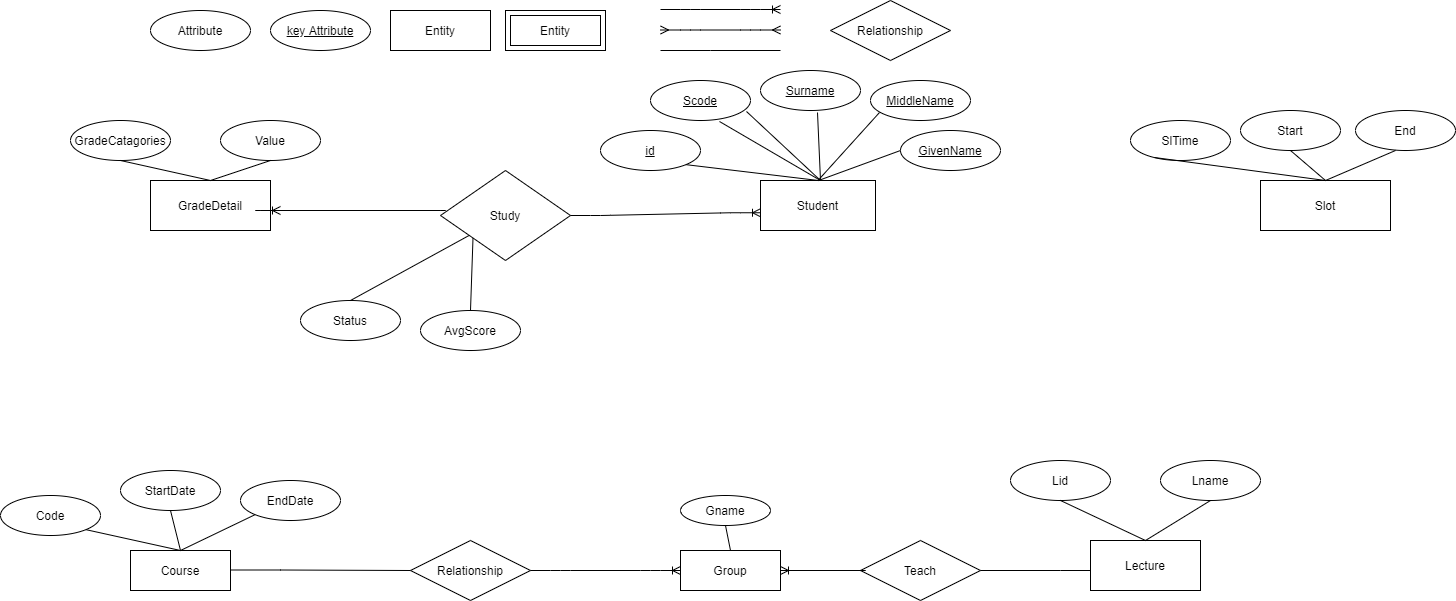
Before: Entity Relationship Diagram.png, a diagram exported from draw.io (xtruong88/DBI202-MyAssignment). Source tidied: cells renumbered, new cells last; positions are measured from the earlier drawing's top-left corner, leaving out a move shared by most shapes.
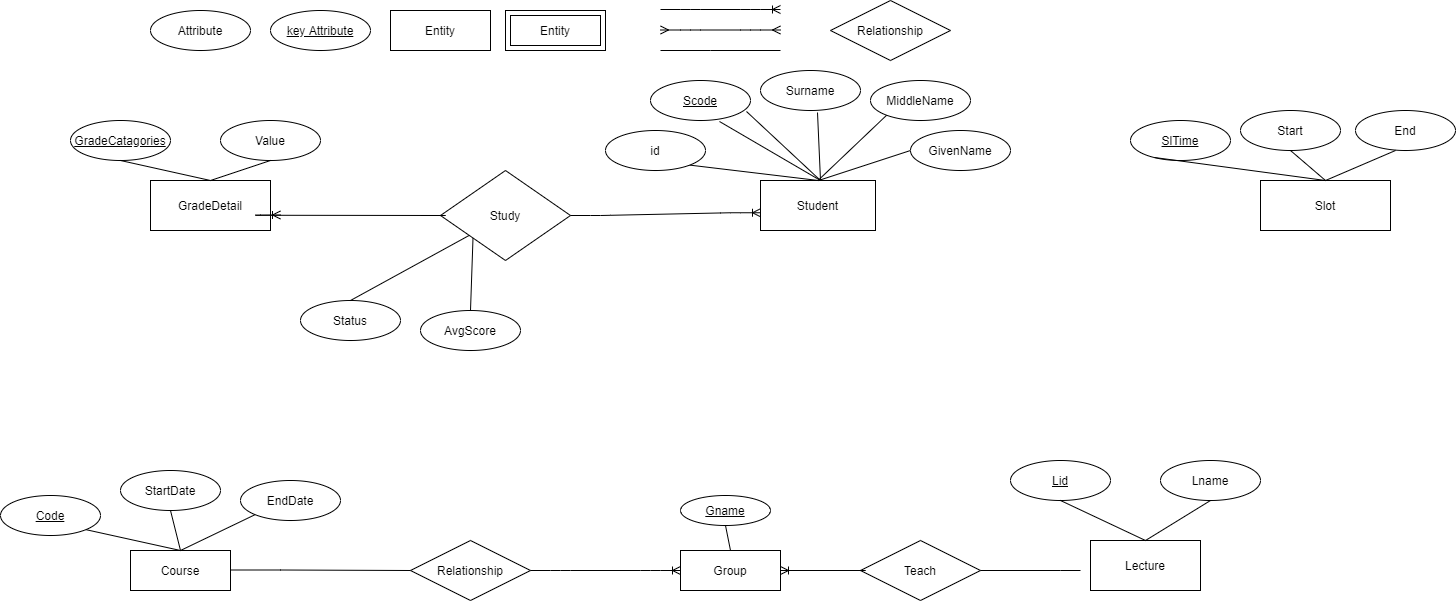
After the change.

The edit, as a diff of the source:
```diff
@@ -35,23 +35,12 @@
     <mxCell id="9" value="Student" style="whiteSpace=wrap;html=1;align=center;" parent="1" vertex="1">
       <mxGeometry x="760" y="180" width="115" height="50" as="geometry" />
     </mxCell>
-    <mxCell id="10" value="id" style="ellipse;whiteSpace=wrap;html=1;align=center;fontStyle=4;" parent="1" vertex="1">
-      <mxGeometry x="600" y="130" width="100" height="40" as="geometry" />
-    </mxCell>
-    <mxCell id="11" value="Surname" style="ellipse;whiteSpace=wrap;html=1;align=center;fontStyle=4;" parent="1" vertex="1">
-      <mxGeometry x="760" y="70" width="100" height="40" as="geometry" />
-    </mxCell>
-    <mxCell id="12" value="MiddleName" style="ellipse;whiteSpace=wrap;html=1;align=center;fontStyle=4;" parent="1" vertex="1">
-      <mxGeometry x="870" y="80" width="100" height="40" as="geometry" />
-    </mxCell>
     <mxCell id="13" value="Scode" style="ellipse;whiteSpace=wrap;html=1;align=center;fontStyle=4;" parent="1" vertex="1">
       <mxGeometry x="650" y="80" width="100" height="40" as="geometry" />
     </mxCell>
-    <mxCell id="14" value="GivenName" style="ellipse;whiteSpace=wrap;html=1;align=center;fontStyle=4;" parent="1" vertex="1">
-      <mxGeometry x="900" y="130" width="100" height="40" as="geometry" />
-    </mxCell>
-    <mxCell id="15" style="endArrow=none;html=1;rounded=0;exitX=0.57;exitY=1.05;exitDx=0;exitDy=0;exitPerimeter=0;" parent="1" edge="1" source="11">
+    <mxCell id="15" style="endArrow=none;html=1;rounded=0;exitX=0.57;exitY=1.05;exitDx=0;exitDy=0;exitPerimeter=0;" parent="1" edge="1">
       <mxGeometry relative="1" as="geometry">
+        <mxPoint x="817" y="112" as="sourcePoint" />
         <mxPoint x="820" y="180" as="targetPoint" />
       </mxGeometry>
     </mxCell>
@@ -62,23 +51,27 @@
         </Array>
       </mxGeometry>
     </mxCell>
-    <mxCell id="17" style="endArrow=none;html=1;rounded=0;exitX=1;exitY=1;exitDx=0;exitDy=0;" parent="1" edge="1" source="10">
+    <mxCell id="17" style="endArrow=none;html=1;rounded=0;exitX=1;exitY=1;exitDx=0;exitDy=0;" parent="1" edge="1">
       <mxGeometry relative="1" as="geometry">
+        <mxPoint x="685.4" y="164.1" as="sourcePoint" />
         <mxPoint x="818" y="180" as="targetPoint" />
       </mxGeometry>
     </mxCell>
-    <mxCell id="18" style="endArrow=none;html=1;rounded=0;exitX=0.09;exitY=0.8;exitDx=0;exitDy=0;exitPerimeter=0;entryX=0.5;entryY=0;entryDx=0;entryDy=0;" parent="1" edge="1" source="12" target="9">
-      <mxGeometry relative="1" as="geometry" />
+    <mxCell id="18" style="endArrow=none;html=1;rounded=0;exitX=0.09;exitY=0.8;exitDx=0;exitDy=0;exitPerimeter=0;entryX=0.5;entryY=0;entryDx=0;entryDy=0;" parent="1" edge="1" target="9">
+      <mxGeometry relative="1" as="geometry">
+        <mxPoint x="889" y="112" as="sourcePoint" />
+      </mxGeometry>
     </mxCell>
-    <mxCell id="19" style="endArrow=none;html=1;rounded=0;exitX=0;exitY=0.5;exitDx=0;exitDy=0;" parent="1" edge="1" source="14">
+    <mxCell id="19" style="endArrow=none;html=1;rounded=0;exitX=0;exitY=0.5;exitDx=0;exitDy=0;" parent="1" edge="1">
       <mxGeometry relative="1" as="geometry">
+        <mxPoint x="910" y="150" as="sourcePoint" />
         <mxPoint x="818" y="180" as="targetPoint" />
       </mxGeometry>
     </mxCell>
     <mxCell id="20" value="Course" style="whiteSpace=wrap;html=1;align=center;" parent="1" vertex="1">
       <mxGeometry x="130" y="550" width="100" height="40" as="geometry" />
     </mxCell>
-    <mxCell id="21" value="Code" style="ellipse;whiteSpace=wrap;html=1;align=center;" parent="1" vertex="1">
+    <mxCell id="21" value="&lt;u&gt;Code&lt;/u&gt;" style="ellipse;whiteSpace=wrap;html=1;align=center;" parent="1" vertex="1">
       <mxGeometry y="495" width="100" height="40" as="geometry" />
     </mxCell>
     <mxCell id="22" value="EndDate" style="ellipse;whiteSpace=wrap;html=1;align=center;" parent="1" vertex="1">
@@ -102,7 +95,7 @@
     <mxCell id="28" value="Start" style="ellipse;whiteSpace=wrap;html=1;align=center;" parent="1" vertex="1">
       <mxGeometry x="1240" y="110" width="100" height="40" as="geometry" />
     </mxCell>
-    <mxCell id="29" value="SlTime" style="ellipse;whiteSpace=wrap;html=1;align=center;" parent="1" vertex="1">
+    <mxCell id="29" value="&lt;u&gt;SlTime&lt;/u&gt;" style="ellipse;whiteSpace=wrap;html=1;align=center;" parent="1" vertex="1">
       <mxGeometry x="1130" y="120" width="100" height="40" as="geometry" />
     </mxCell>
     <mxCell id="30" style="endArrow=none;html=1;rounded=0;entryX=0.5;entryY=0;entryDx=0;entryDy=0;exitX=0.5;exitY=1;exitDx=0;exitDy=0;" parent="1" edge="1" source="28" target="27">
@@ -114,7 +107,7 @@
     <mxCell id="32" value="Lecture" style="whiteSpace=wrap;html=1;align=center;" parent="1" vertex="1">
       <mxGeometry x="1090" y="540" width="110" height="50" as="geometry" />
     </mxCell>
-    <mxCell id="33" value="Lid" style="ellipse;whiteSpace=wrap;html=1;align=center;" parent="1" vertex="1">
+    <mxCell id="33" value="&lt;u&gt;Lid&lt;/u&gt;" style="ellipse;whiteSpace=wrap;html=1;align=center;" parent="1" vertex="1">
       <mxGeometry x="1010" y="460" width="100" height="40" as="geometry" />
     </mxCell>
     <mxCell id="34" value="Lname" style="ellipse;whiteSpace=wrap;html=1;align=center;" parent="1" vertex="1">
@@ -135,7 +128,7 @@
     <mxCell id="39" value="GradeDetail" style="whiteSpace=wrap;html=1;align=center;" parent="1" vertex="1">
       <mxGeometry x="150" y="180" width="120" height="50" as="geometry" />
     </mxCell>
-    <mxCell id="40" value="GradeCatagories" style="ellipse;whiteSpace=wrap;html=1;align=center;" parent="1" vertex="1">
+    <mxCell id="40" value="&lt;u&gt;GradeCatagories&lt;/u&gt;" style="ellipse;whiteSpace=wrap;html=1;align=center;" parent="1" vertex="1">
       <mxGeometry x="70" y="120" width="100" height="40" as="geometry" />
     </mxCell>
     <mxCell id="41" value="Value" style="ellipse;whiteSpace=wrap;html=1;align=center;" parent="1" vertex="1">
@@ -152,7 +145,7 @@
     <mxCell id="44" value="Group" style="whiteSpace=wrap;html=1;align=center;" parent="1" vertex="1">
       <mxGeometry x="680" y="550" width="100" height="40" as="geometry" />
     </mxCell>
-    <mxCell id="45" value="Gname" style="ellipse;whiteSpace=wrap;html=1;align=center;" parent="1" vertex="1">
+    <mxCell id="45" value="&lt;u&gt;Gname&lt;/u&gt;" style="ellipse;whiteSpace=wrap;html=1;align=center;" parent="1" vertex="1">
       <mxGeometry x="680" y="495" width="90" height="30" as="geometry" />
     </mxCell>
     <mxCell id="46" style="endArrow=none;html=1;rounded=0;entryX=0.5;entryY=0;entryDx=0;entryDy=0;exitX=0.5;exitY=1;exitDx=0;exitDy=0;" parent="1" edge="1" source="45" target="44">
@@ -178,12 +171,6 @@
     <mxCell id="52" style="endArrow=none;html=1;rounded=0;entryX=0.5;entryY=0;entryDx=0;entryDy=0;exitX=0;exitY=1;exitDx=0;exitDy=0;" parent="1" edge="1" source="47" target="49">
       <mxGeometry relative="1" as="geometry" />
     </mxCell>
-    <mxCell id="53" style="edgeStyle=entityRelationEdgeStyle;fontSize=12;html=1;endArrow=ERoneToMany;" parent="1" edge="1">
-      <mxGeometry relative="1" as="geometry">
-        <mxPoint x="420" y="210" as="sourcePoint" />
-        <mxPoint x="280" y="210" as="targetPoint" />
-      </mxGeometry>
-    </mxCell>
     <mxCell id="54" value="Relationship" style="shape=rhombus;perimeter=rhombusPerimeter;whiteSpace=wrap;html=1;align=center;" parent="1" vertex="1">
       <mxGeometry x="410" y="540" width="120" height="60" as="geometry" />
     </mxCell>
@@ -214,11 +201,29 @@
     </mxCell>
     <mxCell id="60" style="endArrow=none;html=1;rounded=0;exitX=1;exitY=0.5;exitDx=0;exitDy=0;" parent="1" edge="1" source="58">
       <mxGeometry relative="1" as="geometry">
-        <mxPoint x="1090" y="570" as="targetPoint" />
+        <mxPoint x="1080" y="570" as="targetPoint" />
         <Array as="points">
           <mxPoint x="1060" y="570" />
         </Array>
       </mxGeometry>
     </mxCell>
+    <mxCell id="10" value="id" style="ellipse;whiteSpace=wrap;html=1;align=center;" parent="1" vertex="1">
+      <mxGeometry x="605" y="130" width="100" height="40" as="geometry" />
+    </mxCell>
+    <mxCell id="11" value="Surname" style="ellipse;whiteSpace=wrap;html=1;align=center;" parent="1" vertex="1">
+      <mxGeometry x="760" y="70" width="100" height="40" as="geometry" />
+    </mxCell>
+    <mxCell id="12" value="MiddleName" style="ellipse;whiteSpace=wrap;html=1;align=center;" parent="1" vertex="1">
+      <mxGeometry x="870" y="80" width="100" height="40" as="geometry" />
+    </mxCell>
+    <mxCell id="14" value="GivenName" style="ellipse;whiteSpace=wrap;html=1;align=center;" parent="1" vertex="1">
+      <mxGeometry x="910" y="130" width="100" height="40" as="geometry" />
+    </mxCell>
+    <mxCell id="61" style="edgeStyle=entityRelationEdgeStyle;fontSize=12;html=1;endArrow=ERoneToMany;entryX=1;entryY=0.5;entryDx=0;entryDy=0;" parent="1" edge="1">
+      <mxGeometry relative="1" as="geometry">
+        <mxPoint x="420" y="215" as="sourcePoint" />
+        <mxPoint x="280" y="214.5" as="targetPoint" />
+      </mxGeometry>
+    </mxCell>
   </root>
 </mxGraphModel>
```
